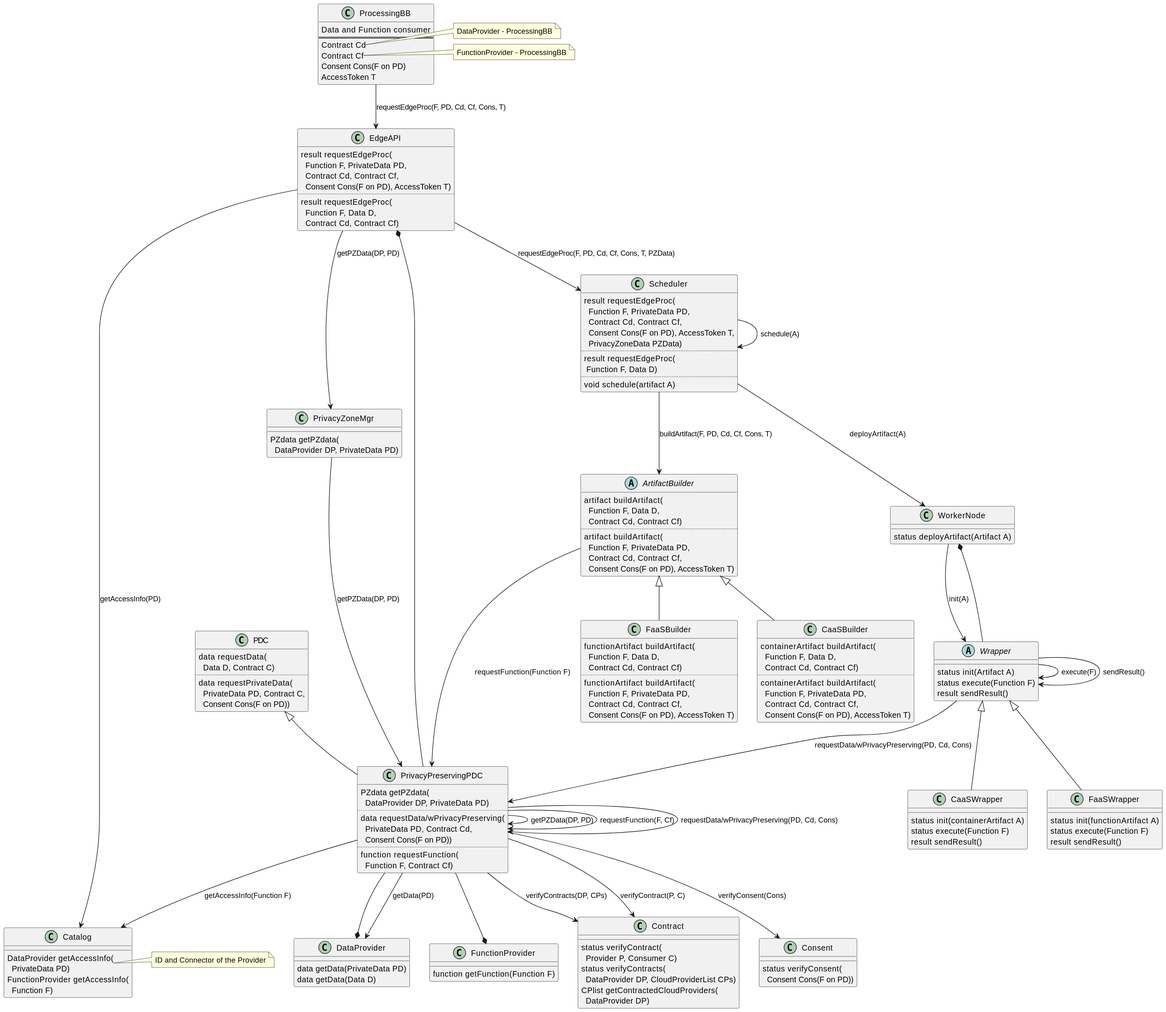
Prometheus-X-association/edge-computing keeps this PlantUML diagram as docs/diagrams/edge-computing-bb-class-diag.svg. Above is the earlier version.
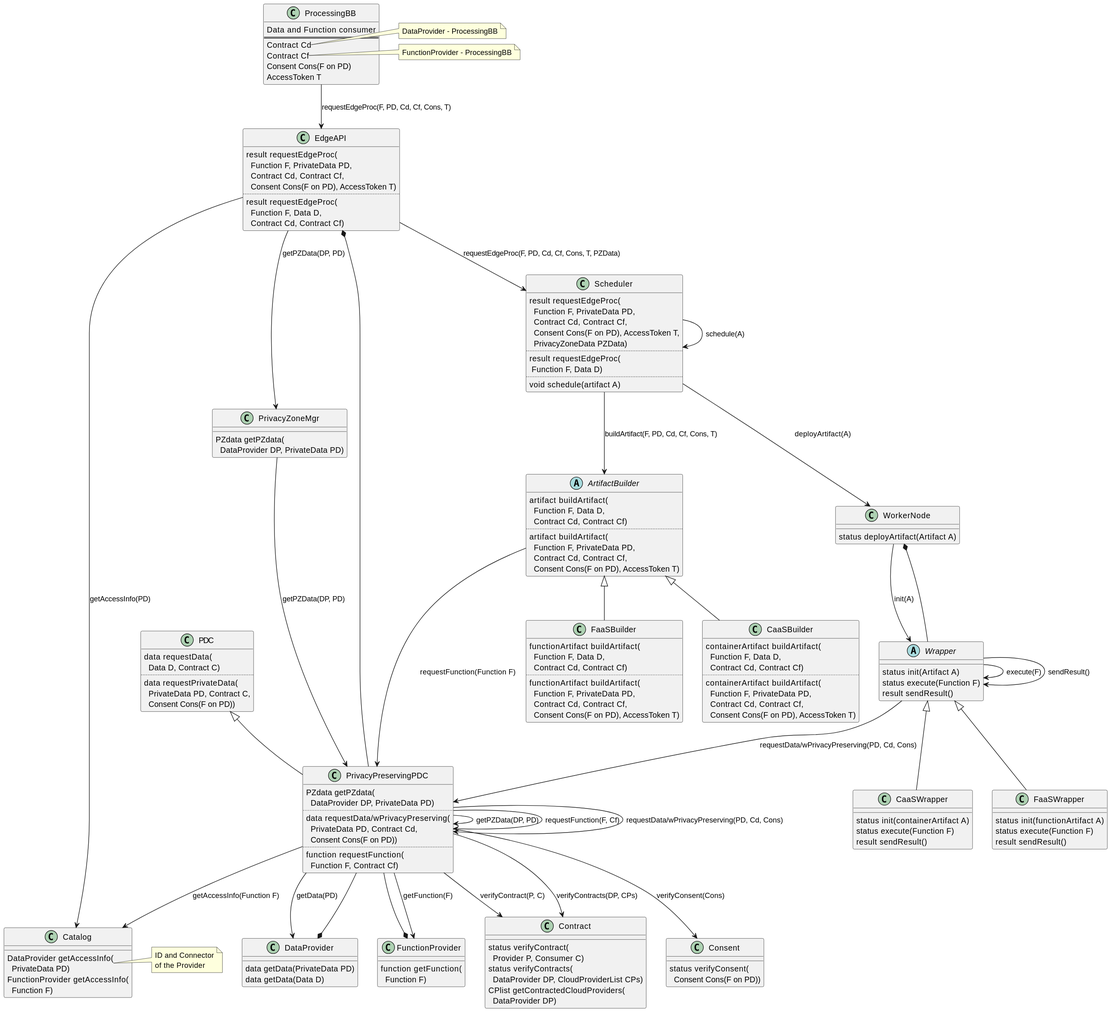
Above is the later version.

Commit message:
update class diagram

The edit, as a diff of the source:
```diff
@@ -24,7 +24,8 @@
     {method} FunctionProvider getAccessInfo(\n  Function F)
 }
 note right of Catalog::getAccessInfo {
-    ID and Connector of the Provider
+    ID and Connector
+    of the Provider
 }
 class Contract {
     {method} status verifyContract(\n  Provider P, Consumer C)
@@ -39,7 +40,7 @@
     {method} data getData(Data D)
 }
 class FunctionProvider {
-    {method} function getFunction(Function F)
+    {method} function getFunction(\n  Function F)
 }
 class ProcessingBB {
     Data and Function consumer
@@ -131,6 +132,7 @@
 PrivacyPreservingPDC --> Contract : verifyContract(P, C)
 PrivacyPreservingPDC --> Consent : verifyConsent(Cons)
 PrivacyPreservingPDC --> DataProvider : getData(PD)
+PrivacyPreservingPDC --> FunctionProvider : getFunction(F)
 Wrapper --> Wrapper : execute(F)
 Wrapper --> Wrapper : sendResult()
 
```
